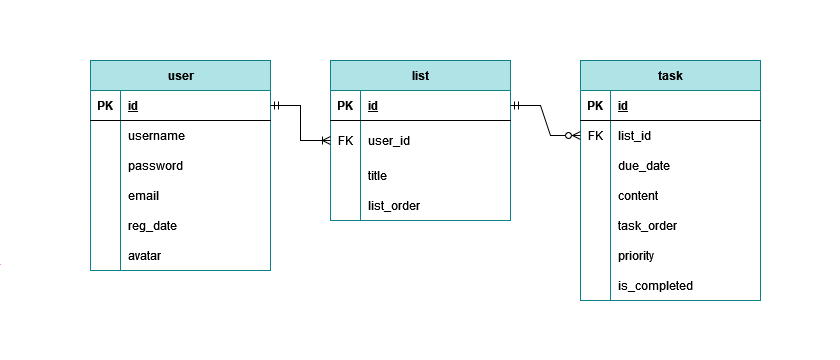
Earlier version of the draw.io export report/er-diagram.png (qwqtw/TaskMaster). Source tidied: cells renumbered, new cells last; positions are measured from the earlier drawing's top-left corner, leaving out a move shared by most shapes. Its diagram source:
```xml
<mxGraphModel>
  <root>
    <mxCell id="0" />
    <mxCell id="1" parent="0" />
    <mxCell id="2" style="rounded=0;whiteSpace=wrap;html=1;strokeWidth=4;strokeColor=none;fillColor=default;" parent="1" vertex="1">
      <mxGeometry width="840" height="360" as="geometry" />
    </mxCell>
    <mxCell id="3" value="task" style="shape=table;startSize=30;rowLines=0;fontStyle=1;align=center;html=1;fillColor=#b0e3e6;strokeColor=#0e8088;" parent="1" vertex="1">
      <mxGeometry x="580" y="60" width="180" height="240" as="geometry" />
    </mxCell>
    <mxCell id="4" style="shape=tableRow;horizontal=0;startSize=0;swimlaneHead=0;swimlaneBody=0;fillColor=none;top=0;left=0;right=0;bottom=1;" parent="3" vertex="1">
      <mxGeometry y="30" width="180" height="30" as="geometry" />
    </mxCell>
    <mxCell id="5" value="PK" style="shape=partialRectangle;fillColor=none;top=0;left=0;bottom=0;right=0;fontStyle=1;overflow=hidden;whiteSpace=wrap;html=1;" parent="4" vertex="1">
      <mxGeometry width="30" height="30" as="geometry" />
    </mxCell>
    <mxCell id="6" value="id" style="shape=partialRectangle;fillColor=none;top=0;left=0;bottom=0;right=0;align=left;spacingLeft=6;fontStyle=5;overflow=hidden;whiteSpace=wrap;html=1;" parent="4" vertex="1">
      <mxGeometry x="30" width="150" height="30" as="geometry" />
    </mxCell>
    <mxCell id="7" style="shape=tableRow;horizontal=0;startSize=0;swimlaneHead=0;swimlaneBody=0;fillColor=none;points=[[0,0.5],[1,0.5]];portConstraint=eastwest;top=0;left=0;right=0;bottom=0;" parent="3" vertex="1">
      <mxGeometry y="60" width="180" height="30" as="geometry" />
    </mxCell>
    <mxCell id="8" value="FK" style="shape=partialRectangle;fillColor=none;top=0;left=0;bottom=0;right=0;overflow=hidden;whiteSpace=wrap;html=1;" parent="7" vertex="1">
      <mxGeometry width="30" height="30" as="geometry" />
    </mxCell>
    <mxCell id="9" value="list_id" style="shape=partialRectangle;fillColor=none;top=0;left=0;bottom=0;right=0;align=left;spacingLeft=6;overflow=hidden;whiteSpace=wrap;html=1;" parent="7" vertex="1">
      <mxGeometry x="30" width="150" height="30" as="geometry" />
    </mxCell>
    <mxCell id="10" style="shape=tableRow;horizontal=0;startSize=0;swimlaneHead=0;swimlaneBody=0;fillColor=none;top=0;left=0;right=0;bottom=0;" parent="3" vertex="1">
      <mxGeometry y="90" width="180" height="30" as="geometry" />
    </mxCell>
    <mxCell id="11" style="shape=partialRectangle;fillColor=none;top=0;left=0;bottom=0;right=0;overflow=hidden;whiteSpace=wrap;html=1;" parent="10" vertex="1">
      <mxGeometry width="30" height="30" as="geometry" />
    </mxCell>
    <mxCell id="12" value="due_date" style="shape=partialRectangle;fillColor=none;top=0;left=0;bottom=0;right=0;align=left;spacingLeft=6;overflow=hidden;whiteSpace=wrap;html=1;" parent="10" vertex="1">
      <mxGeometry x="30" width="150" height="30" as="geometry" />
    </mxCell>
    <mxCell id="13" style="shape=tableRow;horizontal=0;startSize=0;swimlaneHead=0;swimlaneBody=0;fillColor=none;top=0;left=0;right=0;bottom=0;" parent="3" vertex="1">
      <mxGeometry y="120" width="180" height="30" as="geometry" />
    </mxCell>
    <mxCell id="14" style="shape=partialRectangle;fillColor=none;top=0;left=0;bottom=0;right=0;overflow=hidden;whiteSpace=wrap;html=1;" parent="13" vertex="1">
      <mxGeometry width="30" height="30" as="geometry" />
    </mxCell>
    <mxCell id="15" value="content" style="shape=partialRectangle;fillColor=none;top=0;left=0;bottom=0;right=0;align=left;spacingLeft=6;overflow=hidden;whiteSpace=wrap;html=1;" parent="13" vertex="1">
      <mxGeometry x="30" width="150" height="30" as="geometry" />
    </mxCell>
    <mxCell id="16" style="shape=tableRow;horizontal=0;startSize=0;swimlaneHead=0;swimlaneBody=0;fillColor=none;top=0;left=0;right=0;bottom=0;" parent="3" vertex="1">
      <mxGeometry y="150" width="180" height="30" as="geometry" />
    </mxCell>
    <mxCell id="17" style="shape=partialRectangle;fillColor=none;top=0;left=0;bottom=0;right=0;overflow=hidden;whiteSpace=wrap;html=1;" parent="16" vertex="1">
      <mxGeometry width="30" height="30" as="geometry" />
    </mxCell>
    <mxCell id="18" value="task_order" style="shape=partialRectangle;fillColor=none;top=0;left=0;bottom=0;right=0;align=left;spacingLeft=6;overflow=hidden;whiteSpace=wrap;html=1;" parent="16" vertex="1">
      <mxGeometry x="30" width="150" height="30" as="geometry" />
    </mxCell>
    <mxCell id="19" style="shape=tableRow;horizontal=0;startSize=0;swimlaneHead=0;swimlaneBody=0;fillColor=none;top=0;left=0;right=0;bottom=0;" parent="3" vertex="1">
      <mxGeometry y="180" width="180" height="30" as="geometry" />
    </mxCell>
    <mxCell id="20" style="shape=partialRectangle;fillColor=none;top=0;left=0;bottom=0;right=0;overflow=hidden;" parent="19" vertex="1">
      <mxGeometry width="30" height="30" as="geometry" />
    </mxCell>
    <mxCell id="21" value="priority" style="shape=partialRectangle;fillColor=none;top=0;left=0;bottom=0;right=0;align=left;spacingLeft=6;overflow=hidden;" parent="19" vertex="1">
      <mxGeometry x="30" width="150" height="30" as="geometry" />
    </mxCell>
    <mxCell id="22" style="shape=tableRow;horizontal=0;startSize=0;swimlaneHead=0;swimlaneBody=0;fillColor=none;top=0;left=0;right=0;bottom=0;" parent="3" vertex="1">
      <mxGeometry y="210" width="180" height="30" as="geometry" />
    </mxCell>
    <mxCell id="23" style="shape=partialRectangle;fillColor=none;top=0;left=0;bottom=0;right=0;overflow=hidden;" parent="22" vertex="1">
      <mxGeometry width="30" height="30" as="geometry" />
    </mxCell>
    <mxCell id="24" value="is_completed" style="shape=partialRectangle;fillColor=none;top=0;left=0;bottom=0;right=0;align=left;spacingLeft=6;overflow=hidden;" parent="22" vertex="1">
      <mxGeometry x="30" width="150" height="30" as="geometry" />
    </mxCell>
    <mxCell id="25" value="user" style="shape=table;startSize=30;rowLines=0;fontStyle=1;align=center;html=1;fillColor=#b0e3e6;strokeColor=#0e8088;" parent="1" vertex="1">
      <mxGeometry x="90" y="60" width="180" height="210" as="geometry" />
    </mxCell>
    <mxCell id="26" style="shape=tableRow;horizontal=0;startSize=0;swimlaneHead=0;swimlaneBody=0;fillColor=none;points=[[0,0.5],[1,0.5]];portConstraint=eastwest;top=0;left=0;right=0;bottom=1;" parent="25" vertex="1">
      <mxGeometry y="30" width="180" height="30" as="geometry" />
    </mxCell>
    <mxCell id="27" value="PK" style="shape=partialRectangle;fillColor=none;top=0;left=0;bottom=0;right=0;fontStyle=1;overflow=hidden;whiteSpace=wrap;html=1;" parent="26" vertex="1">
      <mxGeometry width="30" height="30" as="geometry" />
    </mxCell>
    <mxCell id="28" value="id" style="shape=partialRectangle;fillColor=none;top=0;left=0;bottom=0;right=0;align=left;spacingLeft=6;fontStyle=5;overflow=hidden;whiteSpace=wrap;html=1;" parent="26" vertex="1">
      <mxGeometry x="30" width="150" height="30" as="geometry" />
    </mxCell>
    <mxCell id="29" style="shape=tableRow;horizontal=0;startSize=0;swimlaneHead=0;swimlaneBody=0;fillColor=none;top=0;left=0;right=0;bottom=0;" parent="25" vertex="1">
      <mxGeometry y="60" width="180" height="30" as="geometry" />
    </mxCell>
    <mxCell id="30" style="shape=partialRectangle;fillColor=none;top=0;left=0;bottom=0;right=0;overflow=hidden;whiteSpace=wrap;html=1;" parent="29" vertex="1">
      <mxGeometry width="30" height="30" as="geometry" />
    </mxCell>
    <mxCell id="31" value="username" style="shape=partialRectangle;fillColor=none;top=0;left=0;bottom=0;right=0;align=left;spacingLeft=6;overflow=hidden;whiteSpace=wrap;html=1;" parent="29" vertex="1">
      <mxGeometry x="30" width="150" height="30" as="geometry" />
    </mxCell>
    <mxCell id="32" style="shape=tableRow;horizontal=0;startSize=0;swimlaneHead=0;swimlaneBody=0;fillColor=none;top=0;left=0;right=0;bottom=0;" parent="25" vertex="1">
      <mxGeometry y="90" width="180" height="30" as="geometry" />
    </mxCell>
    <mxCell id="33" style="shape=partialRectangle;fillColor=none;top=0;left=0;bottom=0;right=0;overflow=hidden;whiteSpace=wrap;html=1;" parent="32" vertex="1">
      <mxGeometry width="30" height="30" as="geometry" />
    </mxCell>
    <mxCell id="34" value="password" style="shape=partialRectangle;fillColor=none;top=0;left=0;bottom=0;right=0;align=left;spacingLeft=6;overflow=hidden;whiteSpace=wrap;html=1;" parent="32" vertex="1">
      <mxGeometry x="30" width="150" height="30" as="geometry" />
    </mxCell>
    <mxCell id="35" style="shape=tableRow;horizontal=0;startSize=0;swimlaneHead=0;swimlaneBody=0;fillColor=none;top=0;left=0;right=0;bottom=0;" parent="25" vertex="1">
      <mxGeometry y="120" width="180" height="30" as="geometry" />
    </mxCell>
    <mxCell id="36" style="shape=partialRectangle;fillColor=none;top=0;left=0;bottom=0;right=0;overflow=hidden;whiteSpace=wrap;html=1;" parent="35" vertex="1">
      <mxGeometry width="30" height="30" as="geometry" />
    </mxCell>
    <mxCell id="37" value="email" style="shape=partialRectangle;fillColor=none;top=0;left=0;bottom=0;right=0;align=left;spacingLeft=6;overflow=hidden;whiteSpace=wrap;html=1;" parent="35" vertex="1">
      <mxGeometry x="30" width="150" height="30" as="geometry" />
    </mxCell>
    <mxCell id="38" style="shape=tableRow;horizontal=0;startSize=0;swimlaneHead=0;swimlaneBody=0;fillColor=none;top=0;left=0;right=0;bottom=0;" parent="25" vertex="1">
      <mxGeometry y="150" width="180" height="30" as="geometry" />
    </mxCell>
    <mxCell id="39" style="shape=partialRectangle;fillColor=none;top=0;left=0;bottom=0;right=0;overflow=hidden;" parent="38" vertex="1">
      <mxGeometry width="30" height="30" as="geometry" />
    </mxCell>
    <mxCell id="40" value="reg_date" style="shape=partialRectangle;fillColor=none;top=0;left=0;bottom=0;right=0;align=left;spacingLeft=6;overflow=hidden;" parent="38" vertex="1">
      <mxGeometry x="30" width="150" height="30" as="geometry" />
    </mxCell>
    <mxCell id="41" style="shape=tableRow;horizontal=0;startSize=0;swimlaneHead=0;swimlaneBody=0;fillColor=none;top=0;left=0;right=0;bottom=0;" parent="25" vertex="1">
      <mxGeometry y="180" width="180" height="30" as="geometry" />
    </mxCell>
    <mxCell id="42" style="shape=partialRectangle;fillColor=none;top=0;left=0;bottom=0;right=0;overflow=hidden;" parent="41" vertex="1">
      <mxGeometry width="30" height="30" as="geometry" />
    </mxCell>
    <mxCell id="43" value="avatar" style="shape=partialRectangle;fillColor=none;top=0;left=0;bottom=0;right=0;align=left;spacingLeft=6;overflow=hidden;" parent="41" vertex="1">
      <mxGeometry x="30" width="150" height="30" as="geometry" />
    </mxCell>
    <mxCell id="44" value="list" style="shape=table;startSize=30;rowLines=0;fontStyle=1;align=center;html=1;fillColor=#b0e3e6;strokeColor=#0e8088;" parent="1" vertex="1">
      <mxGeometry x="330" y="60" width="180" height="160" as="geometry" />
    </mxCell>
    <mxCell id="45" style="shape=tableRow;horizontal=0;startSize=0;swimlaneHead=0;swimlaneBody=0;fillColor=none;points=[[0,0.5],[1,0.5]];portConstraint=eastwest;top=0;left=0;right=0;bottom=1;" parent="44" vertex="1">
      <mxGeometry y="30" width="180" height="30" as="geometry" />
    </mxCell>
    <mxCell id="46" value="PK" style="shape=partialRectangle;fillColor=none;top=0;left=0;bottom=0;right=0;fontStyle=1;overflow=hidden;whiteSpace=wrap;html=1;" parent="45" vertex="1">
      <mxGeometry width="30" height="30" as="geometry" />
    </mxCell>
    <mxCell id="47" value="id" style="shape=partialRectangle;fillColor=none;top=0;left=0;bottom=0;right=0;align=left;spacingLeft=6;fontStyle=5;overflow=hidden;whiteSpace=wrap;html=1;" parent="45" vertex="1">
      <mxGeometry x="30" width="150" height="30" as="geometry" />
    </mxCell>
    <mxCell id="48" style="shape=tableRow;horizontal=0;startSize=0;swimlaneHead=0;swimlaneBody=0;fillColor=none;points=[[0,0.5],[1,0.5]];portConstraint=eastwest;top=0;left=0;right=0;bottom=0;" parent="44" vertex="1">
      <mxGeometry y="60" width="180" height="40" as="geometry" />
    </mxCell>
    <mxCell id="49" value="FK" style="shape=partialRectangle;fillColor=none;top=0;left=0;bottom=0;right=0;overflow=hidden;whiteSpace=wrap;html=1;" parent="48" vertex="1">
      <mxGeometry width="30" height="40" as="geometry" />
    </mxCell>
    <mxCell id="50" value="user_id" style="shape=partialRectangle;fillColor=none;top=0;left=0;bottom=0;right=0;align=left;spacingLeft=6;overflow=hidden;whiteSpace=wrap;html=1;" parent="48" vertex="1">
      <mxGeometry x="30" width="150" height="40" as="geometry" />
    </mxCell>
    <mxCell id="51" style="shape=tableRow;horizontal=0;startSize=0;swimlaneHead=0;swimlaneBody=0;fillColor=none;top=0;left=0;right=0;bottom=0;" parent="44" vertex="1">
      <mxGeometry y="100" width="180" height="30" as="geometry" />
    </mxCell>
    <mxCell id="52" style="shape=partialRectangle;fillColor=none;top=0;left=0;bottom=0;right=0;overflow=hidden;whiteSpace=wrap;html=1;" parent="51" vertex="1">
      <mxGeometry width="30" height="30" as="geometry" />
    </mxCell>
    <mxCell id="53" value="title" style="shape=partialRectangle;fillColor=none;top=0;left=0;bottom=0;right=0;align=left;spacingLeft=6;overflow=hidden;whiteSpace=wrap;html=1;" parent="51" vertex="1">
      <mxGeometry x="30" width="150" height="30" as="geometry" />
    </mxCell>
    <mxCell id="54" style="shape=tableRow;horizontal=0;startSize=0;swimlaneHead=0;swimlaneBody=0;fillColor=none;top=0;left=0;right=0;bottom=0;" parent="44" vertex="1">
      <mxGeometry y="130" width="180" height="30" as="geometry" />
    </mxCell>
    <mxCell id="55" style="shape=partialRectangle;fillColor=none;top=0;left=0;bottom=0;right=0;overflow=hidden;whiteSpace=wrap;html=1;" parent="54" vertex="1">
      <mxGeometry width="30" height="30" as="geometry" />
    </mxCell>
    <mxCell id="56" value="list_order" style="shape=partialRectangle;fillColor=none;top=0;left=0;bottom=0;right=0;align=left;spacingLeft=6;overflow=hidden;whiteSpace=wrap;html=1;" parent="54" vertex="1">
      <mxGeometry x="30" width="150" height="30" as="geometry" />
    </mxCell>
    <mxCell id="57" style="edgeStyle=entityRelationEdgeStyle;fontSize=12;html=1;endArrow=ERoneToMany;startArrow=ERmandOne;rounded=0;entryX=0;entryY=0.5;entryDx=0;entryDy=0;exitX=1;exitY=0.5;exitDx=0;exitDy=0;" parent="1" edge="1" source="26" target="48">
      <mxGeometry relative="1" as="geometry" />
    </mxCell>
    <mxCell id="58" style="edgeStyle=entityRelationEdgeStyle;fontSize=12;html=1;endArrow=ERzeroToMany;startArrow=ERmandOne;rounded=0;exitX=1;exitY=0.5;exitDx=0;exitDy=0;entryX=0;entryY=0.5;entryDx=0;entryDy=0;" parent="1" edge="1" source="45" target="7">
      <mxGeometry relative="1" as="geometry" />
    </mxCell>
  </root>
</mxGraphModel>
```
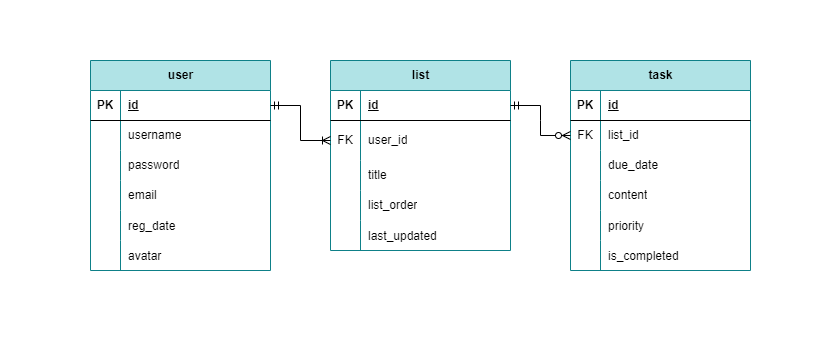
Above is the later version.

What changed in the source:
```diff
@@ -6,7 +6,7 @@
       <mxGeometry width="840" height="360" as="geometry" />
     </mxCell>
     <mxCell id="3" value="task" style="shape=table;startSize=30;rowLines=0;fontStyle=1;align=center;html=1;fillColor=#b0e3e6;strokeColor=#0e8088;" parent="1" vertex="1">
-      <mxGeometry x="580" y="60" width="180" height="240" as="geometry" />
+      <mxGeometry x="570" y="60" width="180" height="210" as="geometry" />
     </mxCell>
     <mxCell id="4" style="shape=tableRow;horizontal=0;startSize=0;swimlaneHead=0;swimlaneBody=0;fillColor=none;top=0;left=0;right=0;bottom=1;" parent="3" vertex="1">
       <mxGeometry y="30" width="180" height="30" as="geometry" />
@@ -44,17 +44,8 @@
     <mxCell id="15" value="content" style="shape=partialRectangle;fillColor=none;top=0;left=0;bottom=0;right=0;align=left;spacingLeft=6;overflow=hidden;whiteSpace=wrap;html=1;" parent="13" vertex="1">
       <mxGeometry x="30" width="150" height="30" as="geometry" />
     </mxCell>
-    <mxCell id="16" style="shape=tableRow;horizontal=0;startSize=0;swimlaneHead=0;swimlaneBody=0;fillColor=none;top=0;left=0;right=0;bottom=0;" parent="3" vertex="1">
-      <mxGeometry y="150" width="180" height="30" as="geometry" />
-    </mxCell>
-    <mxCell id="17" style="shape=partialRectangle;fillColor=none;top=0;left=0;bottom=0;right=0;overflow=hidden;whiteSpace=wrap;html=1;" parent="16" vertex="1">
-      <mxGeometry width="30" height="30" as="geometry" />
-    </mxCell>
-    <mxCell id="18" value="task_order" style="shape=partialRectangle;fillColor=none;top=0;left=0;bottom=0;right=0;align=left;spacingLeft=6;overflow=hidden;whiteSpace=wrap;html=1;" parent="16" vertex="1">
-      <mxGeometry x="30" width="150" height="30" as="geometry" />
-    </mxCell>
     <mxCell id="19" style="shape=tableRow;horizontal=0;startSize=0;swimlaneHead=0;swimlaneBody=0;fillColor=none;top=0;left=0;right=0;bottom=0;" parent="3" vertex="1">
-      <mxGeometry y="180" width="180" height="30" as="geometry" />
+      <mxGeometry y="150" width="180" height="30" as="geometry" />
     </mxCell>
     <mxCell id="20" style="shape=partialRectangle;fillColor=none;top=0;left=0;bottom=0;right=0;overflow=hidden;" parent="19" vertex="1">
       <mxGeometry width="30" height="30" as="geometry" />
@@ -63,7 +54,7 @@
       <mxGeometry x="30" width="150" height="30" as="geometry" />
     </mxCell>
     <mxCell id="22" style="shape=tableRow;horizontal=0;startSize=0;swimlaneHead=0;swimlaneBody=0;fillColor=none;top=0;left=0;right=0;bottom=0;" parent="3" vertex="1">
-      <mxGeometry y="210" width="180" height="30" as="geometry" />
+      <mxGeometry y="180" width="180" height="30" as="geometry" />
     </mxCell>
     <mxCell id="23" style="shape=partialRectangle;fillColor=none;top=0;left=0;bottom=0;right=0;overflow=hidden;" parent="22" vertex="1">
       <mxGeometry width="30" height="30" as="geometry" />
@@ -129,7 +120,7 @@
       <mxGeometry x="30" width="150" height="30" as="geometry" />
     </mxCell>
     <mxCell id="44" value="list" style="shape=table;startSize=30;rowLines=0;fontStyle=1;align=center;html=1;fillColor=#b0e3e6;strokeColor=#0e8088;" parent="1" vertex="1">
-      <mxGeometry x="330" y="60" width="180" height="160" as="geometry" />
+      <mxGeometry x="330" y="60" width="180" height="190" as="geometry" />
     </mxCell>
     <mxCell id="45" style="shape=tableRow;horizontal=0;startSize=0;swimlaneHead=0;swimlaneBody=0;fillColor=none;points=[[0,0.5],[1,0.5]];portConstraint=eastwest;top=0;left=0;right=0;bottom=1;" parent="44" vertex="1">
       <mxGeometry y="30" width="180" height="30" as="geometry" />
@@ -167,6 +158,15 @@
     <mxCell id="56" value="list_order" style="shape=partialRectangle;fillColor=none;top=0;left=0;bottom=0;right=0;align=left;spacingLeft=6;overflow=hidden;whiteSpace=wrap;html=1;" parent="54" vertex="1">
       <mxGeometry x="30" width="150" height="30" as="geometry" />
     </mxCell>
+    <mxCell id="59" style="shape=tableRow;horizontal=0;startSize=0;swimlaneHead=0;swimlaneBody=0;fillColor=none;top=0;left=0;right=0;bottom=0;" parent="44" vertex="1">
+      <mxGeometry y="160" width="180" height="30" as="geometry" />
+    </mxCell>
+    <mxCell id="60" style="shape=partialRectangle;fillColor=none;top=0;left=0;bottom=0;right=0;overflow=hidden;" parent="59" vertex="1">
+      <mxGeometry width="30" height="30" as="geometry" />
+    </mxCell>
+    <mxCell id="61" value="last_updated" style="shape=partialRectangle;fillColor=none;top=0;left=0;bottom=0;right=0;align=left;spacingLeft=6;overflow=hidden;" parent="59" vertex="1">
+      <mxGeometry x="30" width="150" height="30" as="geometry" />
+    </mxCell>
     <mxCell id="57" style="edgeStyle=entityRelationEdgeStyle;fontSize=12;html=1;endArrow=ERoneToMany;startArrow=ERmandOne;rounded=0;entryX=0;entryY=0.5;entryDx=0;entryDy=0;exitX=1;exitY=0.5;exitDx=0;exitDy=0;" parent="1" edge="1" source="26" target="48">
       <mxGeometry relative="1" as="geometry" />
     </mxCell>
```
